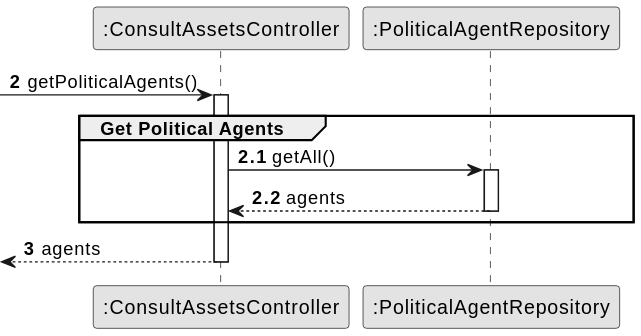
Earlier version of the PlantUML export docs/system-documentation/US11/03.design/svg/US11-SD-partial-get-political-agents.svg (brunodspinto/crystal-clear-platform).
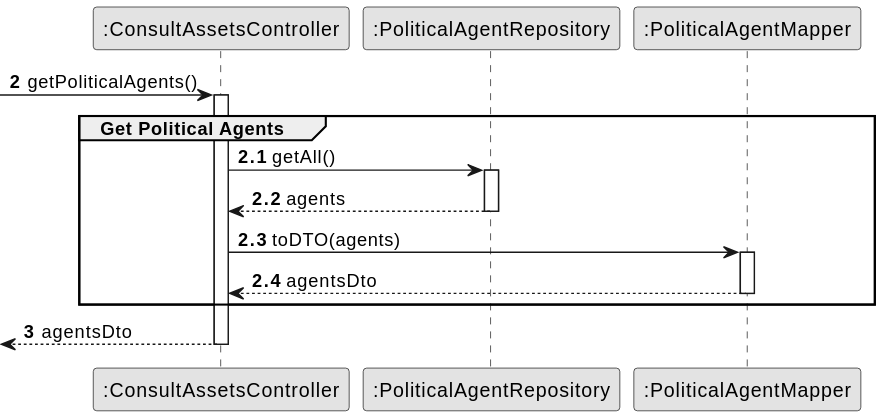
After the change.

The edit, as a diff of the source:
```diff
@@ -7,6 +7,7 @@
 
 participant ":ConsultAssetsController" as CTRL
 participant ":PoliticalAgentRepository" as PAR
+participant ":PoliticalAgentMapper" as PAM
 
 autonumber 2
  -> CTRL : getPoliticalAgents()
@@ -19,8 +20,13 @@
             PAR --> CTRL : agents
         deactivate PAR
 
+        CTRL -> PAM : toDTO(agents)
+        activate PAM
+            PAM --> CTRL : agentsDto
+        deactivate PAM
+
     end
     autonumber 3
-    <-- CTRL : agents
+    <-- CTRL : agentsDto
 deactivate CTRL
 @enduml
```
